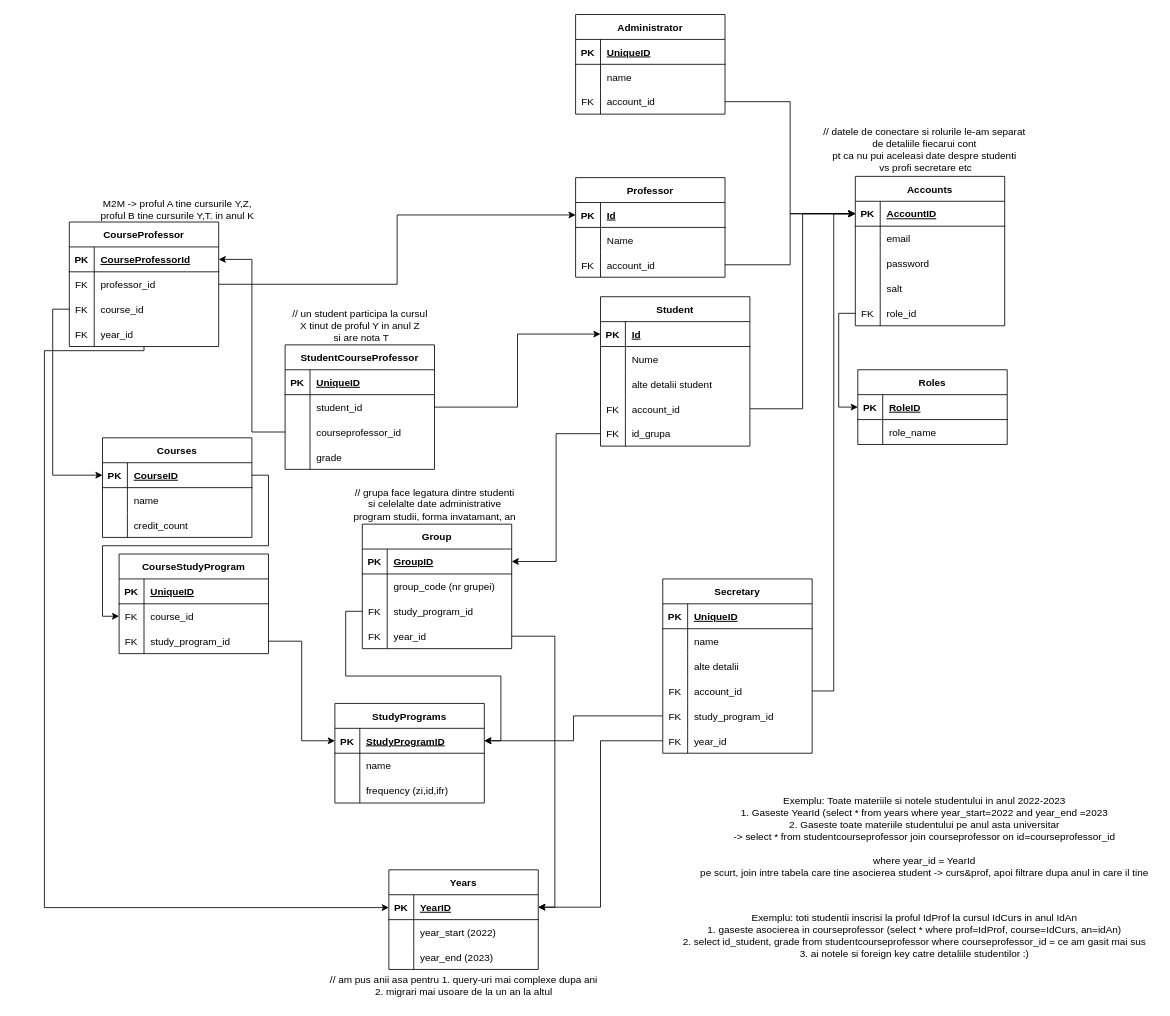
The draw.io diagram docs/DBdiagram.drawio in MOPS27/CarnetUnibuc-backend, before the edit. Source tidied: cells renumbered, new cells numbered last; positions are measured from the earlier drawing's top-left corner, leaving out a move shared by most shapes. Both pictures are drawn from the tidied source at 83%, with x=0, y=0 at pixel (36, 14).
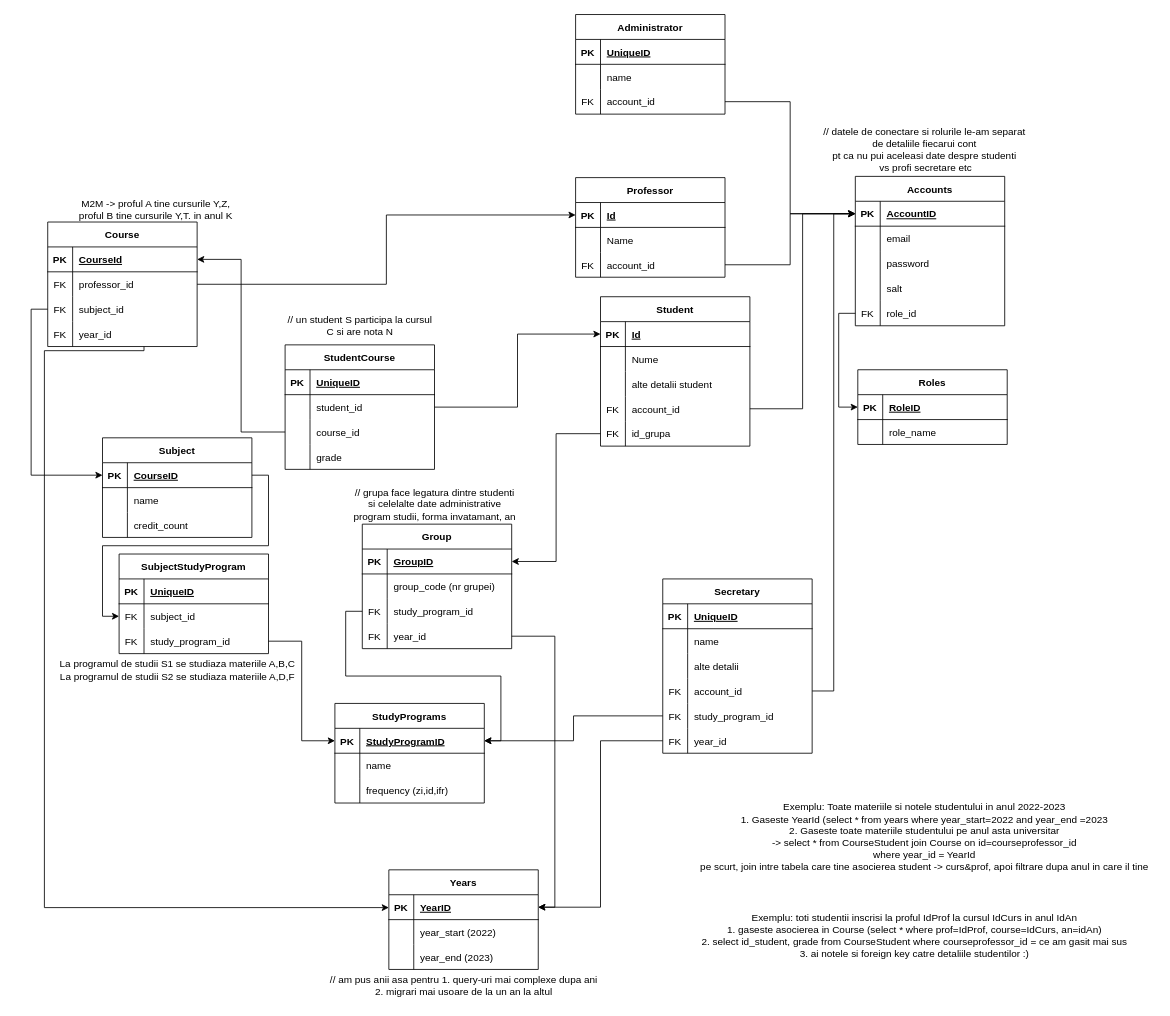
Above is the later version.

The change refers to these unchanged cells:
```xml
<mxCell id="29" style="shape=tableRow;horizontal=0;startSize=0;swimlaneHead=0;swimlaneBody=0;fillColor=none;points=[[0,0.5],[1,0.5]];portConstraint=eastwest;top=0;left=0;right=0;bottom=0;" parent="25" vertex="1">
  <mxGeometry y="60" width="180" height="30" as="geometry" />
</mxCell>
<mxCell id="76" style="shape=tableRow;horizontal=0;startSize=0;swimlaneHead=0;swimlaneBody=0;fillColor=none;points=[[0,0.5],[1,0.5]];portConstraint=eastwest;top=0;left=0;right=0;bottom=1;" parent="75" vertex="1">
  <mxGeometry y="30" width="180" height="30" as="geometry" />
</mxCell>
<mxCell id="82" style="shape=tableRow;horizontal=0;startSize=0;swimlaneHead=0;swimlaneBody=0;fillColor=none;points=[[0,0.5],[1,0.5]];portConstraint=eastwest;top=0;left=0;right=0;bottom=0;" parent="75" vertex="1">
  <mxGeometry y="90" width="180" height="30" as="geometry" />
</mxCell>
<mxCell id="89" style="group;" parent="1" vertex="1">
  <mxGeometry x="295" y="380" width="310" height="170" as="geometry" />
</mxCell>
<mxCell id="98" style="shape=tableRow;horizontal=0;startSize=0;swimlaneHead=0;swimlaneBody=0;fillColor=none;points=[[0,0.5],[1,0.5]];portConstraint=eastwest;top=0;left=0;right=0;bottom=0;" parent="91" vertex="1">
  <mxGeometry y="90" width="180" height="30" as="geometry" />
</mxCell>
```

What changed in the source:
```diff
@@
-    <mxCell id="15" value="Courses" style="shape=table;startSize=30;childLayout=tableLayout;rowLines=0;fontStyle=1;align=center;" parent="1" vertex="1">
+    <mxCell id="15" value="Subject" style="shape=table;startSize=30;childLayout=tableLayout;rowLines=0;fontStyle=1;align=center;" parent="1" vertex="1">
       <mxGeometry x="80" y="510" width="180" height="120" as="geometry" />
     </mxCell>
@@
-    <mxCell id="25" value="CourseStudyProgram" style="shape=table;startSize=30;childLayout=tableLayout;rowLines=0;fontStyle=1;align=center;" parent="1" vertex="1">
+    <mxCell id="25" value="SubjectStudyProgram" style="shape=table;startSize=30;childLayout=tableLayout;rowLines=0;fontStyle=1;align=center;" parent="1" vertex="1">
       <mxGeometry x="100" y="650" width="180" height="120" as="geometry" />
     </mxCell>
@@
-    <mxCell id="31" value="course_id" style="shape=partialRectangle;fillColor=none;top=0;left=0;bottom=0;right=0;align=left;spacingLeft=6;overflow=hidden;" parent="29" vertex="1">
+    <mxCell id="31" value="subject_id" style="shape=partialRectangle;fillColor=none;top=0;left=0;bottom=0;right=0;align=left;spacingLeft=6;overflow=hidden;" parent="29" vertex="1">
       <mxGeometry x="30" width="150" height="30" as="geometry" />
     </mxCell>
@@
     <mxCell id="74" style="group;" parent="1" vertex="1">
-      <mxGeometry y="220" width="340" height="150" as="geometry" />
+      <mxGeometry x="-26" y="220" width="340" height="150" as="geometry" />
     </mxCell>
-    <mxCell id="75" value="CourseProfessor" style="shape=table;startSize=30;childLayout=tableLayout;rowLines=0;fontStyle=1;align=center;" parent="74" vertex="1">
+    <mxCell id="75" value="Course" style="shape=table;startSize=30;childLayout=tableLayout;rowLines=0;fontStyle=1;align=center;" parent="74" vertex="1">
       <mxGeometry x="40" y="30" width="180" height="150" as="geometry" />
     </mxCell>
@@
-    <mxCell id="78" value="CourseProfessorId" style="shape=partialRectangle;fillColor=none;top=0;left=0;bottom=0;right=0;align=left;spacingLeft=6;fontStyle=5;overflow=hidden;" parent="76" vertex="1">
+    <mxCell id="78" value="CourseId" style="shape=partialRectangle;fillColor=none;top=0;left=0;bottom=0;right=0;align=left;spacingLeft=6;fontStyle=5;overflow=hidden;" parent="76" vertex="1">
       <mxGeometry x="30" width="150" height="30" as="geometry" />
     </mxCell>
@@
-    <mxCell id="84" value="course_id" style="shape=partialRectangle;fillColor=none;top=0;left=0;bottom=0;right=0;align=left;spacingLeft=6;overflow=hidden;" parent="82" vertex="1">
+    <mxCell id="84" value="subject_id" style="shape=partialRectangle;fillColor=none;top=0;left=0;bottom=0;right=0;align=left;spacingLeft=6;overflow=hidden;" parent="82" vertex="1">
       <mxGeometry x="30" width="150" height="30" as="geometry" />
     </mxCell>
@@
     <mxCell id="90" style="group;" parent="89" vertex="1">
-      <mxGeometry y="-15" width="190" height="183" as="geometry" />
+      <mxGeometry y="-15" width="195" height="183" as="geometry" />
     </mxCell>
-    <mxCell id="91" value="StudentCourseProfessor" style="shape=table;startSize=30;childLayout=tableLayout;rowLines=0;fontStyle=1;align=center;" parent="90" vertex="1">
+    <mxCell id="91" value="StudentCourse" style="shape=table;startSize=30;childLayout=tableLayout;rowLines=0;fontStyle=1;align=center;" parent="90" vertex="1">
       <mxGeometry x="5" y="33" width="180" height="150" as="geometry" />
     </mxCell>
@@
-    <mxCell id="100" value="courseprofessor_id" style="shape=partialRectangle;fillColor=none;top=0;left=0;bottom=0;right=0;align=left;spacingLeft=6;overflow=hidden;" parent="98" vertex="1">
+    <mxCell id="100" value="course_id" style="shape=partialRectangle;fillColor=none;top=0;left=0;bottom=0;right=0;align=left;spacingLeft=6;overflow=hidden;" parent="98" vertex="1">
       <mxGeometry x="30" width="150" height="30" as="geometry" />
     </mxCell>
@@
-    <mxCell id="104" value="&lt;div&gt;// un student participa la cursul &lt;br&gt;&lt;/div&gt;&lt;div&gt;X tinut de proful Y in anul Z&lt;/div&gt;&amp;nbsp;si are nota T" style="text;html=1;align=center;verticalAlign=middle;strokeColor=none;fillColor=none;" parent="90" vertex="1">
-      <mxGeometry y="-20" width="190" height="60" as="geometry" />
+    <mxCell id="104" value="&lt;div&gt;// un student S participa la cursul &lt;br&gt;&lt;/div&gt;C si are nota N" style="text;html=1;align=center;verticalAlign=middle;strokeColor=none;fillColor=none;" parent="90" vertex="1">
+      <mxGeometry x="-5" y="-10" width="200" height="40" as="geometry" />
     </mxCell>
@@
-    <mxCell id="187" value="&lt;div&gt;Exemplu: Toate materiile si notele studentului in anul 2022-2023&lt;/div&gt;&lt;div&gt;1. Gaseste YearId (select * from years where year_start=2022 and year_end =2023&lt;/div&gt;&lt;div&gt;2. Gaseste toate materiile studentului pe anul asta universitar&lt;/div&gt;&lt;div&gt;-&amp;gt; select * from studentcourseprofessor join courseprofessor on id=courseprofessor_id&lt;br&gt;&lt;/div&gt;&lt;div&gt;&lt;br&gt;&lt;/div&gt;&lt;div&gt;where year_id = YearId&lt;/div&gt;&lt;div&gt;pe scurt, join intre tabela care tine asocierea student -&amp;gt; curs&amp;amp;prof, apoi filtrare dupa anul in care il tine&lt;br&gt;&lt;/div&gt;&lt;div&gt;&lt;br&gt;&lt;/div&gt;" style="text;html=1;align=center;verticalAlign=middle;strokeColor=none;fillColor=none;" parent="1" vertex="1">
-      <mxGeometry x="790" y="933" width="560" height="130" as="geometry" />
+    <mxCell id="187" value="&lt;div&gt;Exemplu: Toate materiile si notele studentului in anul 2022-2023&lt;/div&gt;&lt;div&gt;1. Gaseste YearId (select * from years where year_start=2022 and year_end =2023&lt;/div&gt;&lt;div&gt;2. Gaseste toate materiile studentului pe anul asta universitar&lt;/div&gt;&lt;div&gt;-&amp;gt; select * from CourseStudent join Course on id=courseprofessor_id&lt;br&gt;&lt;/div&gt;&lt;div&gt;where year_id = YearId&lt;/div&gt;&lt;div&gt;pe scurt, join intre tabela care tine asocierea student -&amp;gt; curs&amp;amp;prof, apoi filtrare dupa anul in care il tine&lt;br&gt;&lt;/div&gt;&lt;div&gt;&lt;br&gt;&lt;/div&gt;" style="text;html=1;align=center;verticalAlign=middle;strokeColor=none;fillColor=none;" parent="1" vertex="1">
+      <mxGeometry x="790" y="943" width="560" height="110" as="geometry" />
     </mxCell>
-    <mxCell id="188" value="&lt;div&gt;Exemplu: toti studentii inscrisi la proful IdProf la cursul IdCurs in anul IdAn&lt;/div&gt;&lt;div&gt;1. gaseste asocierea in courseprofessor (select * where prof=IdProf, course=IdCurs, an=idAn)&lt;/div&gt;&lt;div&gt;2. select id_student, grade from studentcourseprofessor where courseprofessor_id = ce am gasit mai sus&lt;/div&gt;&lt;div&gt;3. ai notele si foreign key catre detaliile studentilor :)&lt;br&gt;&lt;/div&gt;" style="text;html=1;align=center;verticalAlign=middle;strokeColor=none;fillColor=none;" parent="1" vertex="1">
-      <mxGeometry x="768" y="1075" width="580" height="70" as="geometry" />
+    <mxCell id="188" value="&lt;div&gt;Exemplu: toti studentii inscrisi la proful IdProf la cursul IdCurs in anul IdAn&lt;/div&gt;&lt;div&gt;1. gaseste asocierea in Course (select * where prof=IdProf, course=IdCurs, an=idAn)&lt;/div&gt;&lt;div&gt;2. select id_student, grade from CourseStudent where courseprofessor_id = ce am gasit mai sus&lt;/div&gt;&lt;div&gt;3. ai notele si foreign key catre detaliile studentilor :)&lt;br&gt;&lt;/div&gt;" style="text;html=1;align=center;verticalAlign=middle;strokeColor=none;fillColor=none;" parent="1" vertex="1">
+      <mxGeometry x="788" y="1075" width="540" height="70" as="geometry" />
     </mxCell>
+    <mxCell id="189" value="&lt;div&gt;La programul de studii S1 se studiaza materiile A,B,C&lt;br&gt;La programul de studii S2 se studiaza materiile A,D,F&lt;/div&gt;" style="text;html=1;align=center;verticalAlign=middle;strokeColor=none;fillColor=none;" parent="1" vertex="1">
+      <mxGeometry x="15" y="770" width="310" height="40" as="geometry" />
+    </mxCell>
```
